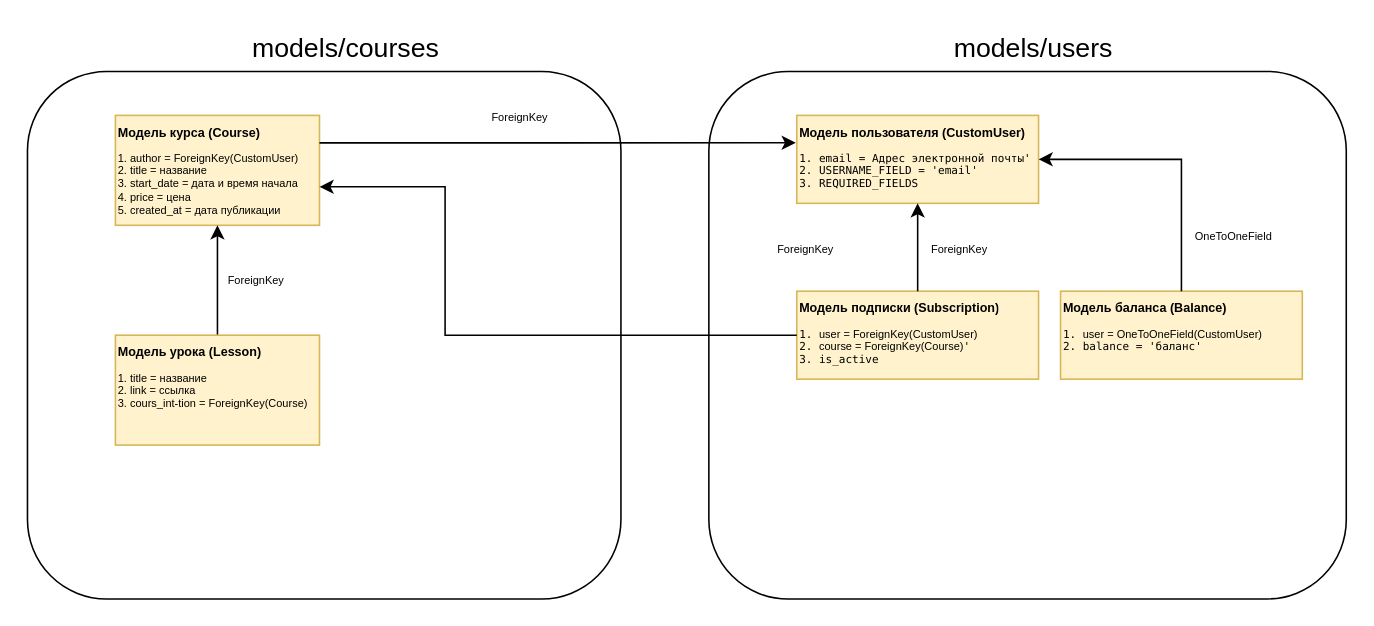
The draw.io diagram Диаграмма без названия.drawio in minkeviiich/TestWeather, before the edit. Source tidied: cells renumbered, new cells numbered last; positions are measured from the earlier drawing's top-left corner, leaving out a move shared by most shapes. Both pictures are drawn from the tidied source at 157%, with x=0, y=0 at pixel (27, 27).
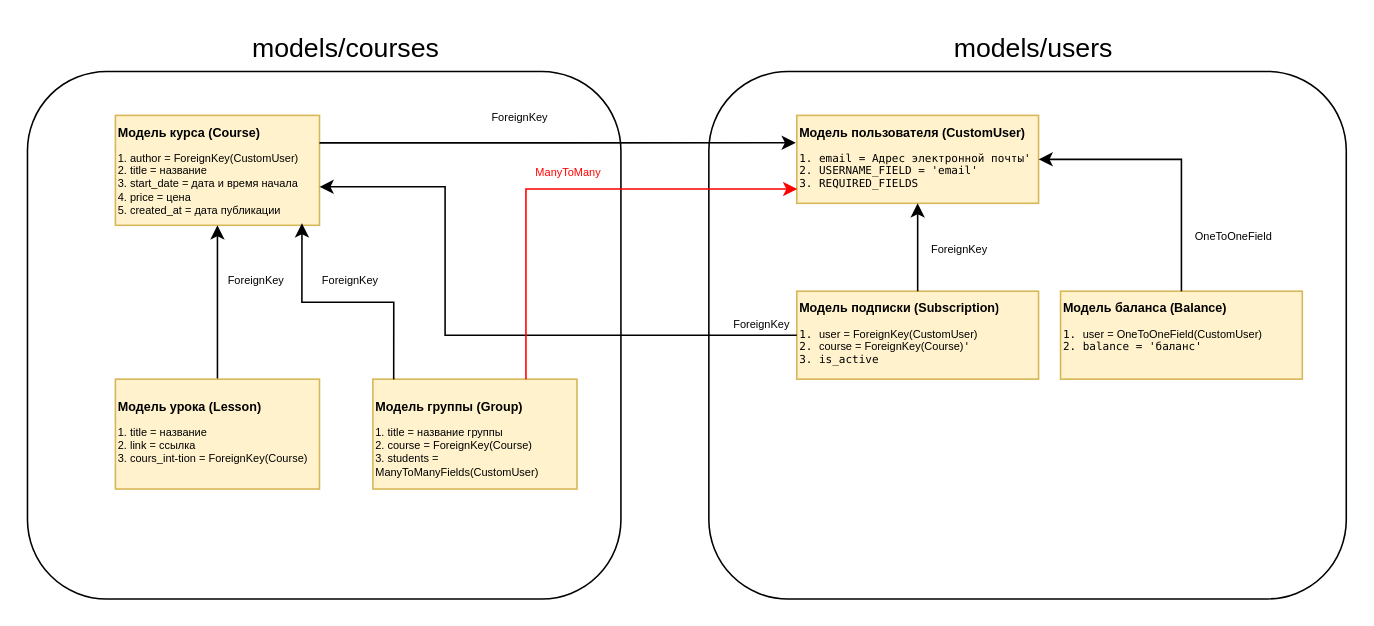
The same diagram, later.

The change refers to these unchanged cells:
```xml
<mxCell id="4" value="&lt;h1 style=&quot;margin-top: 0px; font-size: 8px;&quot;&gt;Модель курса (Course)&lt;/h1&gt;&lt;p style=&quot;font-size: 7px;&quot;&gt;&lt;font style=&quot;font-size: 7px;&quot;&gt;1. author = ForeignKey(CustomUser)&lt;br&gt;2. title = название&lt;br&gt;3. start_date = дата и время начала&amp;nbsp;&lt;br&gt;4. price = цена&lt;br&gt;5. created_at = дата публикации&lt;/font&gt;&lt;/p&gt;" style="text;html=1;whiteSpace=wrap;overflow=hidden;rounded=0;" parent="1" vertex="1">
  <mxGeometry x="56" y="56" width="130" height="70" as="geometry" />
</mxCell>
<mxCell id="12" value="&lt;h1 style=&quot;margin-top: 0px; font-size: 8px;&quot;&gt;Модель пользователя (CustomUser)&lt;/h1&gt;&lt;p style=&quot;font-size: 7px;&quot;&gt;&lt;span style=&quot;font-family: &amp;quot;Droid Sans Mono&amp;quot;, &amp;quot;monospace&amp;quot;, monospace; white-space: pre;&quot;&gt;1. email = &lt;/span&gt;&lt;span style=&quot;font-family: &amp;quot;Droid Sans Mono&amp;quot;, &amp;quot;monospace&amp;quot;, monospace; white-space: pre;&quot;&gt;Адрес электронной почты'&lt;/span&gt;&lt;span style=&quot;font-family: &amp;quot;Droid Sans Mono&amp;quot;, &amp;quot;monospace&amp;quot;, monospace; white-space: pre;&quot;&gt;&lt;br&gt;&lt;/span&gt;&lt;span style=&quot;font-family: &amp;quot;Droid Sans Mono&amp;quot;, &amp;quot;monospace&amp;quot;, monospace; white-space: pre;&quot;&gt;2. USERNAME_FIELD = 'email'&lt;br&gt;&lt;/span&gt;&lt;span style=&quot;font-family: &amp;quot;Droid Sans Mono&amp;quot;, &amp;quot;monospace&amp;quot;, monospace; white-space: pre;&quot;&gt;3. REQUIRED_FIELDS &lt;/span&gt;&lt;br&gt;&lt;/p&gt;" style="text;html=1;whiteSpace=wrap;overflow=hidden;rounded=0;" parent="1" vertex="1">
  <mxGeometry x="490" y="56" width="154" height="56" as="geometry" />
</mxCell>
```

The edit, as a diff of the source:
```diff
@@
-    <mxCell id="5" style="edgeStyle=orthogonalEdgeStyle;rounded=0;jettySize=auto;html=1;exitX=0.5;exitY=0;exitDx=0;exitDy=0;" parent="1" edge="1" source="6" target="4">
+    <mxCell id="5" style="edgeStyle=orthogonalEdgeStyle;rounded=0;jettySize=auto;html=1;exitX=0.5;exitY=0;exitDx=0;exitDy=0;fontColor=#FF0000;" parent="1" edge="1" source="6" target="4">
       <mxGeometry relative="1" as="geometry" />
     </mxCell>
     <mxCell id="6" value="&lt;h1 style=&quot;line-height: 19px; white-space: pre;&quot;&gt;&lt;br&gt;&lt;/h1&gt;" style="rounded=0;whiteSpace=wrap;html=1;labelBackgroundColor=none;fillColor=#fff2cc;strokeColor=#d6b656;align=center;fontColor=default;verticalAlign=bottom;" parent="1" vertex="1">
-      <mxGeometry x="56" y="196" width="130" height="70" as="geometry" />
+      <mxGeometry x="56" y="224" width="130" height="70" as="geometry" />
     </mxCell>
     <mxCell id="7" value="&lt;h1 style=&quot;margin-top: 0px; font-size: 8px;&quot;&gt;Модель урока (Lesson)&lt;/h1&gt;&lt;p style=&quot;font-size: 7px;&quot;&gt;&lt;font style=&quot;font-size: 7px;&quot;&gt;1. title = название&lt;br&gt;2. link = ссылка&lt;br&gt;3. cours_int-tion = ForeignKey(Course)&amp;nbsp;&amp;nbsp;&lt;br&gt;&lt;br&gt;&lt;/font&gt;&lt;/p&gt;" style="text;html=1;whiteSpace=wrap;overflow=hidden;rounded=0;" parent="1" vertex="1">
-      <mxGeometry x="56" y="196" width="130" height="56" as="geometry" />
+      <mxGeometry x="56" y="231" width="130" height="56" as="geometry" />
     </mxCell>
@@
     <mxCell id="22" value="&lt;span style=&quot;font-size: 7px;&quot;&gt;ForeignKey&lt;/span&gt;" style="text;whiteSpace=wrap;html=1;" parent="1" vertex="1">
-      <mxGeometry x="476" y="126" width="56" height="28" as="geometry" />
+      <mxGeometry x="448" y="174" width="56" height="28" as="geometry" />
     </mxCell>
@@
+    <mxCell id="26" value="&lt;h1 style=&quot;line-height: 19px; white-space: pre;&quot;&gt;&lt;br&gt;&lt;/h1&gt;" style="rounded=0;whiteSpace=wrap;html=1;labelBackgroundColor=none;fillColor=#fff2cc;strokeColor=#d6b656;align=center;fontColor=default;verticalAlign=bottom;" parent="1" vertex="1">
+      <mxGeometry x="220" y="224" width="130" height="70" as="geometry" />
+    </mxCell>
+    <mxCell id="27" value="&lt;h1 style=&quot;margin-top: 0px; font-size: 8px;&quot;&gt;Модель группы (Group)&lt;/h1&gt;&lt;p style=&quot;font-size: 7px;&quot;&gt;&lt;font style=&quot;font-size: 7px;&quot;&gt;1. title = название группы&lt;br&gt;2. course = ForeignKey(Course)&lt;br&gt;3. students = ManyToManyFields(CustomUser)&amp;nbsp;&amp;nbsp;&lt;br&gt;&lt;br&gt;&lt;/font&gt;&lt;/p&gt;" style="text;html=1;whiteSpace=wrap;overflow=hidden;rounded=0;" parent="1" vertex="1">
+      <mxGeometry x="220" y="231" width="130" height="56" as="geometry" />
+    </mxCell>
+    <mxCell id="28" style="edgeStyle=orthogonalEdgeStyle;rounded=0;jettySize=auto;html=1;exitX=0.102;exitY=0.002;exitDx=0;exitDy=0;entryX=0.914;entryY=0.982;entryDx=0;entryDy=0;entryPerimeter=0;exitPerimeter=0;" parent="1" edge="1" source="26" target="4">
+      <mxGeometry relative="1" as="geometry" />
+    </mxCell>
+    <mxCell id="29" value="&lt;span style=&quot;font-size: 7px;&quot;&gt;ForeignKey&lt;/span&gt;" style="text;whiteSpace=wrap;html=1;" parent="1" vertex="1">
+      <mxGeometry x="186" y="146" width="56" height="28" as="geometry" />
+    </mxCell>
+    <mxCell id="30" style="edgeStyle=orthogonalEdgeStyle;rounded=0;jettySize=auto;html=1;exitX=0.75;exitY=0;exitDx=0;exitDy=0;entryX=0.002;entryY=0.838;entryDx=0;entryDy=0;entryPerimeter=0;strokeColor=#FF0000;" parent="1" edge="1" source="26" target="12">
+      <mxGeometry relative="1" as="geometry" />
+    </mxCell>
+    <mxCell id="31" value="&lt;span style=&quot;font-size: 7px;&quot;&gt;ManyToMany&lt;/span&gt;" style="text;whiteSpace=wrap;html=1;fontColor=#ff0000;" parent="1" vertex="1">
+      <mxGeometry x="322" y="77" width="56" height="28" as="geometry" />
+    </mxCell>
```
